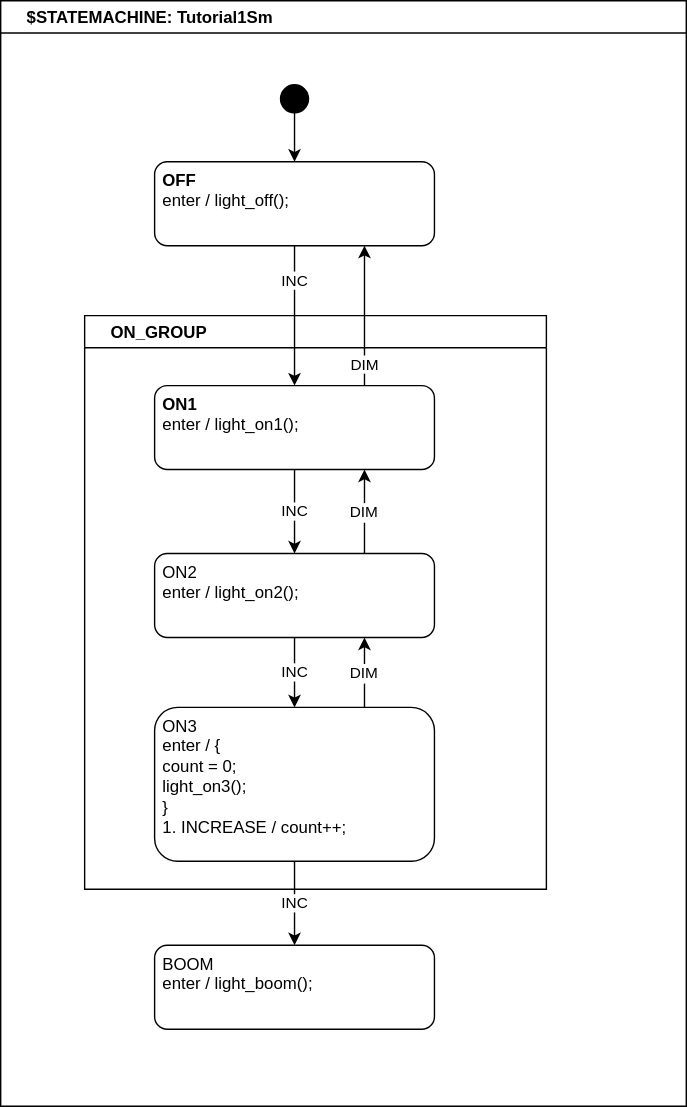
This is examples/Tutorial1-complete/src/Tutorial1Sm.drawio.svg from StateSmith/StateSmith, a draw.io export, as it was before one commit. Source tidied: cells renumbered, new cells last; positions are measured from the earlier drawing's top-left corner, leaving out a move shared by most shapes.
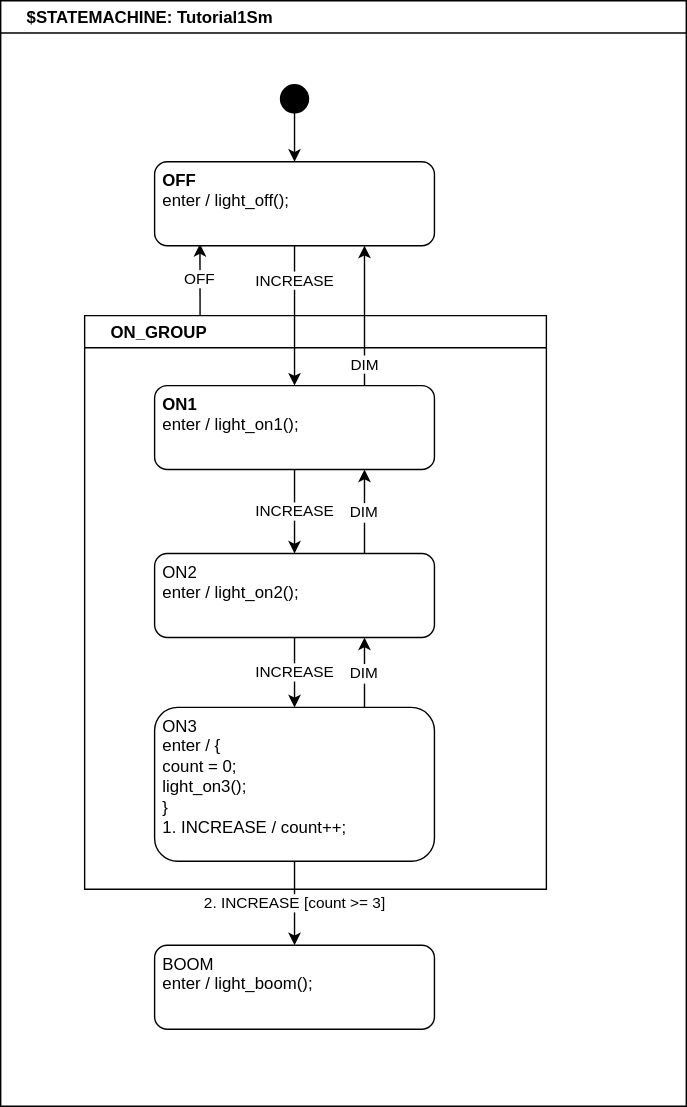
Later version of the same file.

What changed in the source:
```diff
@@ -5,16 +5,19 @@
     <mxCell id="2" value="$STATEMACHINE: Tutorial1Sm" style="swimlane;fontStyle=1;align=left;spacingLeft=17;" parent="1" vertex="1">
       <mxGeometry width="490" height="790" as="geometry" />
     </mxCell>
+    <mxCell id="18" value="OFF" style="edgeStyle=none;html=1;exitX=0.25;exitY=0;exitDx=0;exitDy=0;entryX=0.162;entryY=0.98;entryDx=0;entryDy=0;entryPerimeter=0;" parent="2" edge="1" source="3" target="12">
+      <mxGeometry relative="1" as="geometry" />
+    </mxCell>
     <mxCell id="3" value="ON_GROUP" style="swimlane;fontStyle=1;align=left;spacingLeft=17;" parent="2" vertex="1">
       <mxGeometry x="60" y="225" width="330" height="410" as="geometry" />
     </mxCell>
-    <mxCell id="4" value="INC" style="rounded=0;jettySize=auto;html=1;exitX=0.5;exitY=1;exitDx=0;exitDy=0;entryX=0.5;entryY=0;entryDx=0;entryDy=0;fontColor=default;" parent="3" edge="1" source="5" target="8">
+    <mxCell id="4" value="INCREASE" style="rounded=0;jettySize=auto;html=1;exitX=0.5;exitY=1;exitDx=0;exitDy=0;entryX=0.5;entryY=0;entryDx=0;entryDy=0;fontColor=default;" parent="3" edge="1" source="5" target="8">
       <mxGeometry relative="1" as="geometry" />
     </mxCell>
     <mxCell id="5" value="&lt;div&gt;&lt;b&gt;ON1&lt;/b&gt;&lt;/div&gt;&lt;div&gt;enter / light_on1();&lt;/div&gt;" style="rounded=1;whiteSpace=wrap;html=1;verticalAlign=top;align=left;spacingLeft=4;" parent="3" vertex="1">
       <mxGeometry x="50" y="50" width="200" height="60" as="geometry" />
     </mxCell>
-    <mxCell id="6" value="INC" style="edgeStyle=orthogonalEdgeStyle;curved=1;rounded=0;jettySize=auto;html=1;entryX=0.5;entryY=0;entryDx=0;entryDy=0;fontColor=default;" parent="3" edge="1" source="8" target="10">
+    <mxCell id="6" value="INCREASE" style="edgeStyle=orthogonalEdgeStyle;curved=1;rounded=0;jettySize=auto;html=1;entryX=0.5;entryY=0;entryDx=0;entryDy=0;fontColor=default;" parent="3" edge="1" source="8" target="10">
       <mxGeometry relative="1" as="geometry" />
     </mxCell>
     <mxCell id="7" value="DIM" style="edgeStyle=orthogonalEdgeStyle;curved=1;rounded=0;jettySize=auto;exitX=0.75;exitY=0;exitDx=0;exitDy=0;entryX=0.75;entryY=1;entryDx=0;entryDy=0;fontColor=default;" parent="3" edge="1" source="8" target="5">
@@ -29,7 +32,7 @@
     <mxCell id="10" value="&lt;div&gt;ON3&lt;/div&gt;&lt;div&gt;enter / {&lt;/div&gt;&lt;div&gt;&amp;nbsp; count = 0;&lt;/div&gt;&lt;div&gt;&amp;nbsp; light_on3();&lt;/div&gt;&lt;div&gt;}&lt;/div&gt;&lt;div&gt;1. INCREASE / count++;&lt;/div&gt;" style="rounded=1;whiteSpace=wrap;html=1;verticalAlign=top;align=left;spacingLeft=4;fontStyle=0;" parent="3" vertex="1">
       <mxGeometry x="50" y="280" width="200" height="110" as="geometry" />
     </mxCell>
-    <mxCell id="11" value="INC" style="edgeStyle=orthogonalEdgeStyle;curved=1;rounded=0;jettySize=auto;html=1;entryX=0.5;entryY=0;entryDx=0;entryDy=0;fontColor=default;" parent="2" edge="1" source="12" target="5">
+    <mxCell id="11" value="INCREASE" style="edgeStyle=orthogonalEdgeStyle;curved=1;rounded=0;jettySize=auto;html=1;entryX=0.5;entryY=0;entryDx=0;entryDy=0;fontColor=default;" parent="2" edge="1" source="12" target="5">
       <mxGeometry x="-0.5" relative="1" as="geometry" />
     </mxCell>
     <mxCell id="12" value="&lt;div&gt;&lt;b&gt;OFF&lt;/b&gt;&lt;/div&gt;&lt;div&gt;enter / light_off();&lt;/div&gt;" style="rounded=1;whiteSpace=wrap;html=1;verticalAlign=top;align=left;spacingLeft=4;" parent="2" vertex="1">
@@ -38,13 +41,13 @@
     <mxCell id="13" style="edgeStyle=orthogonalEdgeStyle;curved=1;rounded=0;comic=0;jettySize=auto;html=0;fontColor=default;" parent="2" edge="1" source="14" target="12">
       <mxGeometry relative="1" as="geometry" />
     </mxCell>
-    <mxCell id="14" value="$initial" style="ellipse;whiteSpace=wrap;html=1;fillColor=#000000;fontColor=none;noLabel=1;" parent="2" vertex="1">
+    <mxCell id="14" value="$initial_state" style="ellipse;whiteSpace=wrap;html=1;fillColor=#000000;fontColor=none;noLabel=1;" parent="2" vertex="1">
       <mxGeometry x="200" y="60" width="20" height="20" as="geometry" />
     </mxCell>
     <mxCell id="15" value="DIM" style="edgeStyle=orthogonalEdgeStyle;curved=1;rounded=0;jettySize=auto;html=1;exitX=0.75;exitY=0;exitDx=0;exitDy=0;entryX=0.75;entryY=1;entryDx=0;entryDy=0;fontColor=default;" parent="2" edge="1" source="5" target="12">
       <mxGeometry x="-0.7" relative="1" as="geometry" />
     </mxCell>
-    <mxCell id="16" value="INC" style="edgeStyle=orthogonalEdgeStyle;curved=1;rounded=0;jettySize=auto;html=1;fontColor=default;" parent="2" edge="1" source="10" target="17">
+    <mxCell id="16" value="2. INCREASE [count &amp;gt;= 3]" style="edgeStyle=orthogonalEdgeStyle;curved=1;rounded=0;jettySize=auto;html=1;fontColor=default;" parent="2" edge="1" source="10" target="17">
       <mxGeometry relative="1" as="geometry" />
     </mxCell>
     <mxCell id="17" value="&lt;div&gt;BOOM&lt;/div&gt;&lt;div&gt;enter / light_boom();&lt;/div&gt;" style="rounded=1;whiteSpace=wrap;html=1;verticalAlign=top;align=left;spacingLeft=4;fontStyle=0;" parent="2" vertex="1">
```
